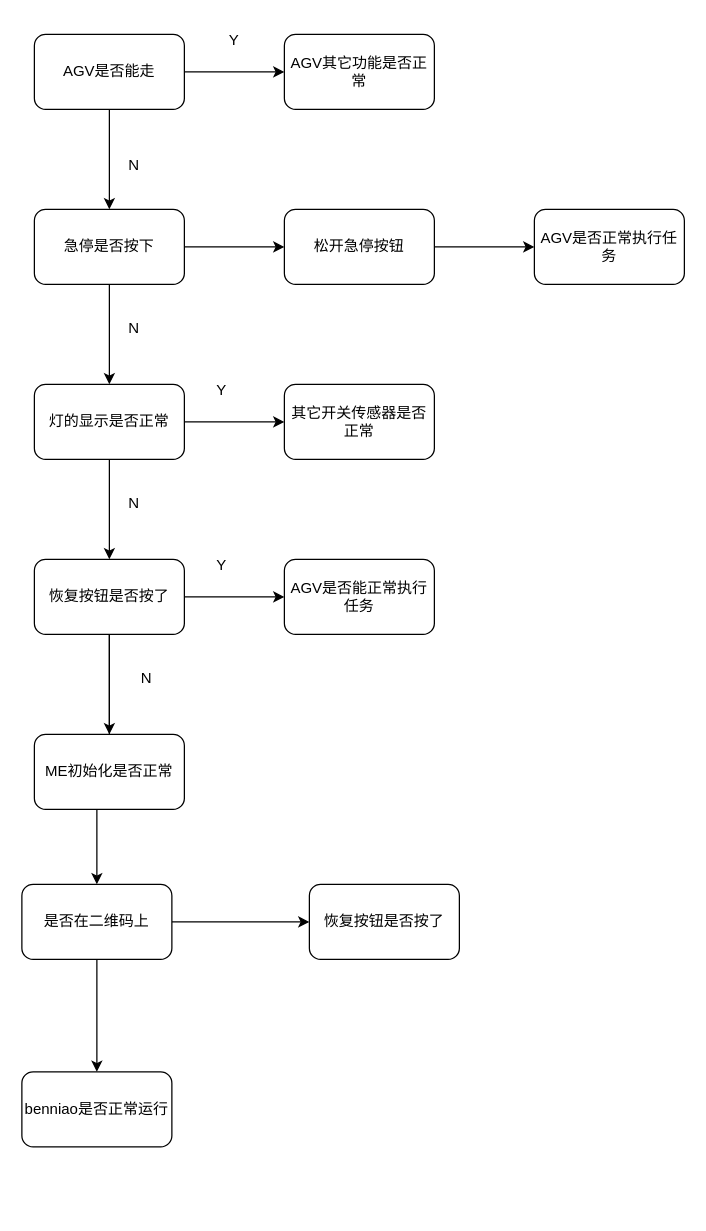
yyjqr/Eangel keeps this draw.io diagram as robot/tools/findAGVsolution.drawio. Above is the earlier version. Source tidied: cells renumbered, new cells numbered last; positions are measured from the earlier drawing's top-left corner, leaving out a move shared by most shapes. Both pictures are drawn from the tidied source at 125%, with x=0, y=0 at pixel (21, 21).
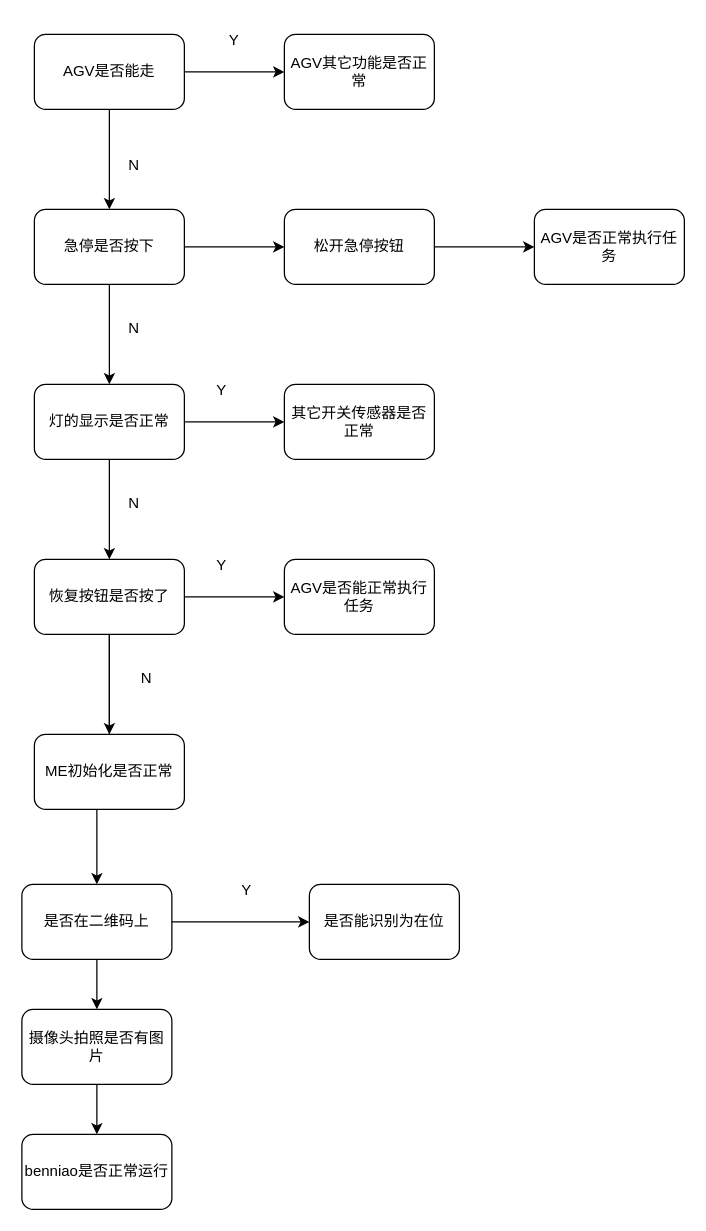
The same page after the edit.

The change refers to these unchanged cells:
```xml
<mxCell id="25" value="是否在二维码上" style="rounded=1;whiteSpace=wrap;html=1;" parent="1" vertex="1">
  <mxGeometry y="690" width="120" height="60" as="geometry" />
</mxCell>
```

Diff of the diagram source:
```diff
@@
-    <mxCell id="22" style="edgeStyle=orthogonalEdgeStyle;rounded=0;jettySize=auto;html=1;exitX=0.5;exitY=1;exitDx=0;exitDy=0;" parent="1" edge="1" source="25" target="26">
-      <mxGeometry relative="1" as="geometry" />
-    </mxCell>
@@
+    <mxCell id="34" style="edgeStyle=orthogonalEdgeStyle;rounded=0;jettySize=auto;html=1;" parent="1" edge="1" source="25" target="37">
+      <mxGeometry relative="1" as="geometry" />
+    </mxCell>
@@
     <mxCell id="26" value="benniao是否正常运行" style="rounded=1;whiteSpace=wrap;html=1;" parent="1" vertex="1">
-      <mxGeometry y="840" width="120" height="60" as="geometry" />
+      <mxGeometry y="890" width="120" height="60" as="geometry" />
     </mxCell>
-    <mxCell id="27" value="恢复按钮是否按了" style="rounded=1;whiteSpace=wrap;html=1;" parent="1" vertex="1">
+    <mxCell id="27" value="是否能识别为在位" style="rounded=1;whiteSpace=wrap;html=1;" parent="1" vertex="1">
       <mxGeometry x="230" y="690" width="120" height="60" as="geometry" />
     </mxCell>
@@
+    <mxCell id="35" value="Y" style="text;html=1;strokeColor=none;fillColor=none;align=center;verticalAlign=middle;whiteSpace=wrap;rounded=0;" parent="1" vertex="1">
+      <mxGeometry x="150" y="680" width="60" height="30" as="geometry" />
+    </mxCell>
+    <mxCell id="36" style="edgeStyle=orthogonalEdgeStyle;rounded=0;jettySize=auto;html=1;" parent="1" edge="1" source="37" target="26">
+      <mxGeometry relative="1" as="geometry" />
+    </mxCell>
+    <mxCell id="37" value="摄像头拍照是否有图片" style="rounded=1;whiteSpace=wrap;html=1;" parent="1" vertex="1">
+      <mxGeometry y="790" width="120" height="60" as="geometry" />
+    </mxCell>
```
